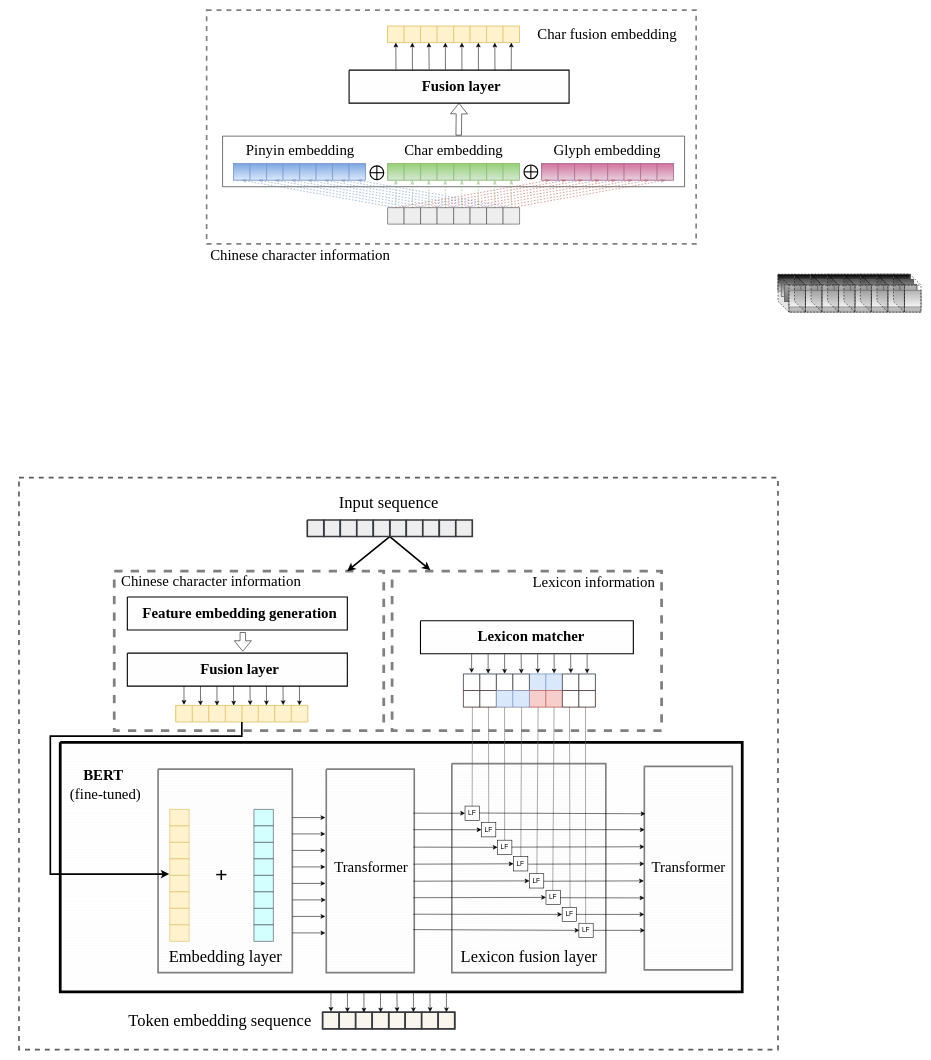
Earlier version of the draw.io diagram page "第 1 页" (1 of 4) of SCLert_model.drawio (JJackMoO/Jackert_draw). Source tidied: cells renumbered, new cells numbered last; positions are measured from the earlier drawing's top-left corner, leaving out a move shared by most shapes. Both pictures are drawn from the tidied source at 55%, with x=0, y=0 at pixel (19, 10).
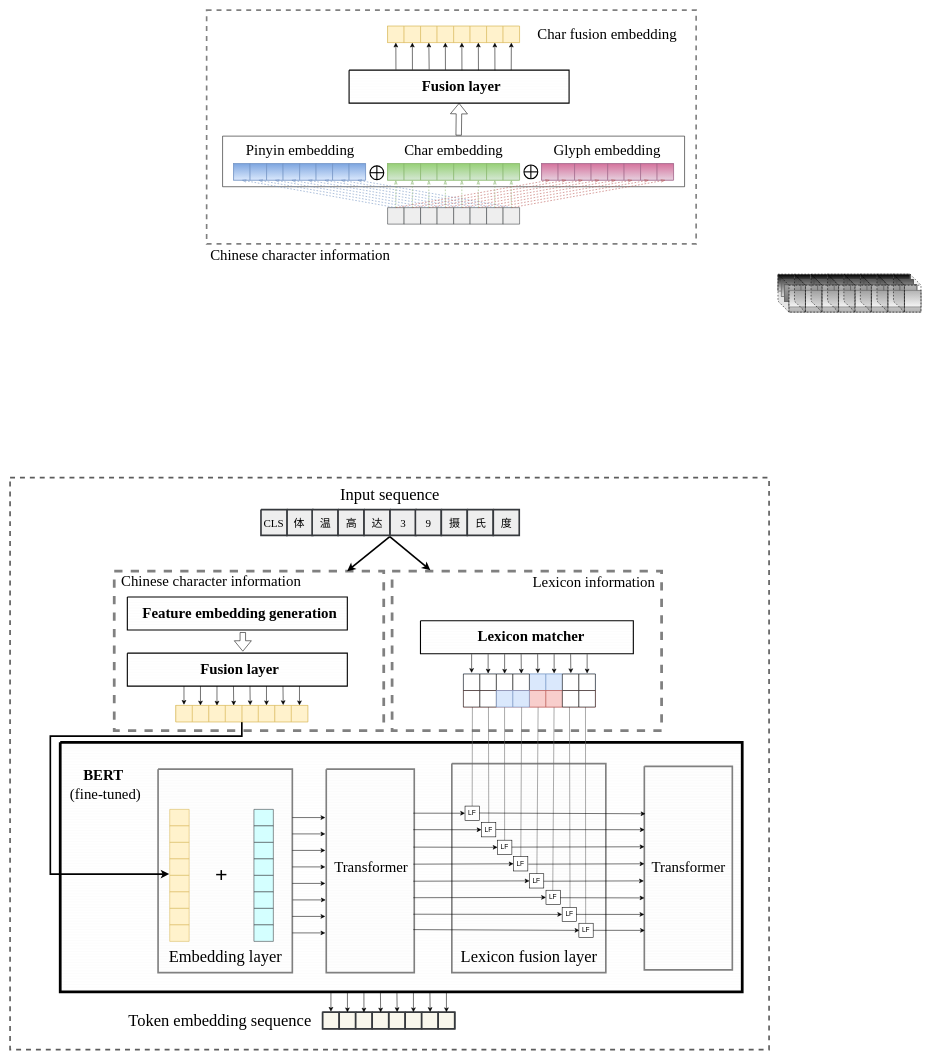
After the change.

The change refers to these unchanged cells:
```xml
<mxCell id="3" style="verticalLabelPosition=bottom;verticalAlign=top;html=1;shape=mxgraph.basic.rect;fillColor2=none;strokeWidth=5;size=20;indent=5;shadow=0;sketch=0;fillStyle=auto;fontFamily=Times New Roman;fontSize=27;fillColor=none;gradientDirection=north;dashed=1;fontColor=#333333;strokeColor=#808080;" parent="1" vertex="1">
  <mxGeometry x="173.2" y="1020" width="490" height="290" as="geometry" />
</mxCell>
<mxCell id="7" style="verticalLabelPosition=bottom;verticalAlign=top;html=1;shape=mxgraph.basic.rect;fillColor2=none;strokeWidth=5;size=20;indent=5;shadow=0;sketch=0;fillStyle=auto;fontFamily=Times New Roman;fontSize=27;fillColor=none;gradientDirection=north;dashed=1;fontColor=#333333;strokeColor=#808080;" parent="1" vertex="1">
  <mxGeometry x="678.4" y="1020" width="490" height="290" as="geometry" />
</mxCell>
<mxCell id="417" style="group;fillColor=#fff2cc;strokeColor=#d6b656;" parent="1" vertex="1">
  <mxGeometry x="285.2" y="1264" width="240" height="30" as="geometry" />
</mxCell>
```

Change to the diagram source:
```diff
@@
     <mxCell id="2" style="rounded=0;whiteSpace=wrap;html=1;fontSize=30;strokeColor=#5C5C5C;strokeWidth=3;fillColor=none;dashed=1;" parent="1" vertex="1">
-      <mxGeometry y="850" width="1380" height="1040" as="geometry" />
+      <mxGeometry x="-16.2" y="850" width="1380" height="1040" as="geometry" />
     </mxCell>
@@
     <mxCell id="43" value="&lt;font style=&quot;font-size: 30px;&quot;&gt;Input sequence&lt;/font&gt;" style="text;html=1;align=center;verticalAlign=middle;fillColor=none;strokeColor=none;rounded=0;shadow=0;sketch=0;fillStyle=auto;fontFamily=Times New Roman;fontSize=27;" parent="1" vertex="1">
-      <mxGeometry x="572.2" y="874" width="200" height="40" as="geometry" />
+      <mxGeometry x="573.8" y="860" width="200" height="40" as="geometry" />
     </mxCell>
@@
-    <mxCell id="418" style="verticalLabelPosition=bottom;verticalAlign=top;html=1;shape=mxgraph.basic.patternFillRect;fillStyle=auto;step=5;fillStrokeWidth=0.2;fillStrokeColor=#dddddd;gradientDirection=north;strokeColor=#d6b656;shadow=0;sketch=0;fillColor=#fff2cc;" parent="417" vertex="1">
-      <mxGeometry width="30" height="30" as="geometry" />
-    </mxCell>
-    <mxCell id="419" style="verticalLabelPosition=bottom;verticalAlign=top;html=1;shape=mxgraph.basic.patternFillRect;fillStyle=auto;step=5;fillStrokeWidth=0.2;fillStrokeColor=#dddddd;gradientDirection=north;strokeColor=#d6b656;shadow=0;sketch=0;fillColor=#fff2cc;" parent="417" vertex="1">
-      <mxGeometry x="120" width="30" height="30" as="geometry" />
-    </mxCell>
-    <mxCell id="420" style="verticalLabelPosition=bottom;verticalAlign=top;html=1;shape=mxgraph.basic.patternFillRect;fillStyle=auto;step=5;fillStrokeWidth=0.2;fillStrokeColor=#dddddd;gradientDirection=north;strokeColor=#d6b656;shadow=0;sketch=0;fillColor=#fff2cc;" parent="417" vertex="1">
-      <mxGeometry x="30" width="30" height="30" as="geometry" />
-    </mxCell>
-    <mxCell id="421" style="verticalLabelPosition=bottom;verticalAlign=top;html=1;shape=mxgraph.basic.patternFillRect;fillStyle=auto;step=5;fillStrokeWidth=0.2;fillStrokeColor=#dddddd;gradientDirection=north;strokeColor=#d6b656;shadow=0;sketch=0;fillColor=#fff2cc;" parent="417" vertex="1">
-      <mxGeometry x="150" width="30" height="30" as="geometry" />
-    </mxCell>
-    <mxCell id="422" style="verticalLabelPosition=bottom;verticalAlign=top;html=1;shape=mxgraph.basic.patternFillRect;fillStyle=auto;step=5;fillStrokeWidth=0.2;fillStrokeColor=#dddddd;gradientDirection=north;strokeColor=#d6b656;shadow=0;sketch=0;fillColor=#fff2cc;" parent="417" vertex="1">
-      <mxGeometry x="60" width="30" height="30" as="geometry" />
-    </mxCell>
-    <mxCell id="423" style="verticalLabelPosition=bottom;verticalAlign=top;html=1;shape=mxgraph.basic.patternFillRect;fillStyle=auto;step=5;fillStrokeWidth=0.2;fillStrokeColor=#dddddd;gradientDirection=north;strokeColor=#d6b656;shadow=0;sketch=0;fillColor=#fff2cc;" parent="417" vertex="1">
-      <mxGeometry x="180" width="30" height="30" as="geometry" />
-    </mxCell>
-    <mxCell id="424" style="verticalLabelPosition=bottom;verticalAlign=top;html=1;shape=mxgraph.basic.patternFillRect;fillStyle=auto;step=5;fillStrokeWidth=0.2;fillStrokeColor=#dddddd;gradientDirection=north;strokeColor=#d6b656;shadow=0;sketch=0;fillColor=#fff2cc;" parent="417" vertex="1">
-      <mxGeometry x="90" width="30" height="30" as="geometry" />
-    </mxCell>
-    <mxCell id="425" style="verticalLabelPosition=bottom;verticalAlign=top;html=1;shape=mxgraph.basic.patternFillRect;fillStyle=auto;step=5;fillStrokeWidth=0.2;fillStrokeColor=#dddddd;gradientDirection=north;strokeColor=#d6b656;shadow=0;sketch=0;fillColor=#fff2cc;" parent="417" vertex="1">
-      <mxGeometry x="210" width="30" height="30" as="geometry" />
-    </mxCell>
@@
-    <mxCell id="435" style="endArrow=classic;html=1;rounded=0;fontSize=30;elbow=vertical;exitX=1;exitY=1;exitDx=0;exitDy=0;exitPerimeter=0;entryX=0.142;entryY=-0.006;entryDx=0;entryDy=0;entryPerimeter=0;strokeWidth=3;" parent="1" edge="1" source="461" target="7">
-      <mxGeometry relative="1" as="geometry" />
+    <mxCell id="435" style="endArrow=classic;html=1;rounded=0;fontSize=30;elbow=vertical;exitX=1;exitY=1;exitDx=0;exitDy=0;exitPerimeter=0;entryX=0.142;entryY=-0.006;entryDx=0;entryDy=0;entryPerimeter=0;strokeWidth=3;" parent="1" edge="1" target="7">
+      <mxGeometry relative="1" as="geometry">
+        <mxPoint x="674.2" y="957" as="sourcePoint" />
+      </mxGeometry>
     </mxCell>
-    <mxCell id="436" style="endArrow=classic;html=1;rounded=0;fontSize=30;elbow=vertical;exitX=1;exitY=1;exitDx=0;exitDy=0;exitPerimeter=0;strokeWidth=3;" parent="1" edge="1" source="461" target="3">
-      <mxGeometry relative="1" as="geometry" />
+    <mxCell id="436" style="endArrow=classic;html=1;rounded=0;fontSize=30;elbow=vertical;exitX=1;exitY=1;exitDx=0;exitDy=0;exitPerimeter=0;strokeWidth=3;" parent="1" edge="1" target="3">
+      <mxGeometry relative="1" as="geometry">
+        <mxPoint x="674.2" y="957" as="sourcePoint" />
+      </mxGeometry>
     </mxCell>
@@
-    <mxCell id="455" style="verticalLabelPosition=bottom;verticalAlign=top;html=1;shape=mxgraph.basic.patternFillRect;fillStyle=auto;step=5;fillStrokeWidth=0.2;fillStrokeColor=#dddddd;gradientDirection=north;strokeColor=#36393d;shadow=0;sketch=0;fillColor=#eeeeee;strokeWidth=3;" parent="1" vertex="1">
-      <mxGeometry x="554.2" y="927" width="30" height="30" as="geometry" />
-    </mxCell>
-    <mxCell id="456" style="verticalLabelPosition=bottom;verticalAlign=top;html=1;shape=mxgraph.basic.patternFillRect;fillStyle=auto;step=5;fillStrokeWidth=0.2;fillStrokeColor=#dddddd;gradientDirection=north;strokeColor=#36393d;shadow=0;sketch=0;fillColor=#eeeeee;strokeWidth=3;" parent="1" vertex="1">
-      <mxGeometry x="674.2" y="927" width="30" height="30" as="geometry" />
-    </mxCell>
-    <mxCell id="457" style="verticalLabelPosition=bottom;verticalAlign=top;html=1;shape=mxgraph.basic.patternFillRect;fillStyle=auto;step=5;fillStrokeWidth=0.2;fillStrokeColor=#dddddd;gradientDirection=north;strokeColor=#36393d;shadow=0;sketch=0;fillColor=#eeeeee;strokeWidth=3;" parent="1" vertex="1">
-      <mxGeometry x="584.2" y="927" width="30" height="30" as="geometry" />
-    </mxCell>
-    <mxCell id="458" style="verticalLabelPosition=bottom;verticalAlign=top;html=1;shape=mxgraph.basic.patternFillRect;fillStyle=auto;step=5;fillStrokeWidth=0.2;fillStrokeColor=#dddddd;gradientDirection=north;strokeColor=#36393d;shadow=0;sketch=0;fillColor=#eeeeee;strokeWidth=3;" parent="1" vertex="1">
-      <mxGeometry x="704.2" y="927" width="30" height="30" as="geometry" />
-    </mxCell>
-    <mxCell id="459" style="verticalLabelPosition=bottom;verticalAlign=top;html=1;shape=mxgraph.basic.patternFillRect;fillStyle=auto;step=5;fillStrokeWidth=0.2;fillStrokeColor=#dddddd;gradientDirection=north;strokeColor=#36393d;shadow=0;sketch=0;fillColor=#eeeeee;strokeWidth=3;" parent="1" vertex="1">
-      <mxGeometry x="614.2" y="927" width="30" height="30" as="geometry" />
-    </mxCell>
-    <mxCell id="460" style="verticalLabelPosition=bottom;verticalAlign=top;html=1;shape=mxgraph.basic.patternFillRect;fillStyle=auto;step=5;fillStrokeWidth=0.2;fillStrokeColor=#dddddd;gradientDirection=north;strokeColor=#36393d;shadow=0;sketch=0;fillColor=#eeeeee;strokeWidth=3;" parent="1" vertex="1">
-      <mxGeometry x="734.2" y="927" width="30" height="30" as="geometry" />
-    </mxCell>
-    <mxCell id="461" style="verticalLabelPosition=bottom;verticalAlign=top;html=1;shape=mxgraph.basic.patternFillRect;fillStyle=auto;step=5;fillStrokeWidth=0.2;fillStrokeColor=#dddddd;gradientDirection=north;strokeColor=#36393d;shadow=0;sketch=0;fillColor=#eeeeee;strokeWidth=3;" parent="1" vertex="1">
-      <mxGeometry x="644.2" y="927" width="30" height="30" as="geometry" />
-    </mxCell>
-    <mxCell id="462" style="verticalLabelPosition=bottom;verticalAlign=top;html=1;shape=mxgraph.basic.patternFillRect;fillStyle=auto;step=5;fillStrokeWidth=0.2;fillStrokeColor=#dddddd;gradientDirection=north;strokeColor=#36393d;shadow=0;sketch=0;fillColor=#eeeeee;strokeWidth=3;" parent="1" vertex="1">
-      <mxGeometry x="764.2" y="927" width="30" height="30" as="geometry" />
-    </mxCell>
-    <mxCell id="463" style="verticalLabelPosition=bottom;verticalAlign=top;html=1;shape=mxgraph.basic.patternFillRect;fillStyle=auto;step=5;fillStrokeWidth=0.2;fillStrokeColor=#dddddd;gradientDirection=north;strokeColor=#36393d;shadow=0;sketch=0;fillColor=#eeeeee;strokeWidth=3;" parent="1" vertex="1">
-      <mxGeometry x="524.2" y="927" width="30" height="30" as="geometry" />
-    </mxCell>
-    <mxCell id="464" style="verticalLabelPosition=bottom;verticalAlign=top;html=1;shape=mxgraph.basic.patternFillRect;fillStyle=auto;step=5;fillStrokeWidth=0.2;fillStrokeColor=#dddddd;gradientDirection=north;strokeColor=#36393d;shadow=0;sketch=0;fillColor=#eeeeee;strokeWidth=3;" parent="1" vertex="1">
-      <mxGeometry x="794.2" y="927" width="30" height="30" as="geometry" />
-    </mxCell>
+    <mxCell id="418" style="verticalLabelPosition=bottom;verticalAlign=top;html=1;shape=mxgraph.basic.patternFillRect;fillStyle=auto;step=5;fillStrokeWidth=0.2;fillStrokeColor=#dddddd;gradientDirection=north;strokeColor=#d6b656;shadow=0;sketch=0;fillColor=#fff2cc;" parent="1" vertex="1">
+      <mxGeometry x="285.2" y="1264" width="30" height="30" as="geometry" />
+    </mxCell>
+    <mxCell id="419" style="verticalLabelPosition=bottom;verticalAlign=top;html=1;shape=mxgraph.basic.patternFillRect;fillStyle=auto;step=5;fillStrokeWidth=0.2;fillStrokeColor=#dddddd;gradientDirection=north;strokeColor=#d6b656;shadow=0;sketch=0;fillColor=#fff2cc;" parent="1" vertex="1">
+      <mxGeometry x="405.2" y="1264" width="30" height="30" as="geometry" />
+    </mxCell>
+    <mxCell id="420" style="verticalLabelPosition=bottom;verticalAlign=top;html=1;shape=mxgraph.basic.patternFillRect;fillStyle=auto;step=5;fillStrokeWidth=0.2;fillStrokeColor=#dddddd;gradientDirection=north;strokeColor=#d6b656;shadow=0;sketch=0;fillColor=#fff2cc;" parent="1" vertex="1">
+      <mxGeometry x="315.2" y="1264" width="30" height="30" as="geometry" />
+    </mxCell>
+    <mxCell id="421" style="verticalLabelPosition=bottom;verticalAlign=top;html=1;shape=mxgraph.basic.patternFillRect;fillStyle=auto;step=5;fillStrokeWidth=0.2;fillStrokeColor=#dddddd;gradientDirection=north;strokeColor=#d6b656;shadow=0;sketch=0;fillColor=#fff2cc;" parent="1" vertex="1">
+      <mxGeometry x="435.2" y="1264" width="30" height="30" as="geometry" />
+    </mxCell>
+    <mxCell id="422" style="verticalLabelPosition=bottom;verticalAlign=top;html=1;shape=mxgraph.basic.patternFillRect;fillStyle=auto;step=5;fillStrokeWidth=0.2;fillStrokeColor=#dddddd;gradientDirection=north;strokeColor=#d6b656;shadow=0;sketch=0;fillColor=#fff2cc;" parent="1" vertex="1">
+      <mxGeometry x="345.2" y="1264" width="30" height="30" as="geometry" />
+    </mxCell>
+    <mxCell id="423" style="verticalLabelPosition=bottom;verticalAlign=top;html=1;shape=mxgraph.basic.patternFillRect;fillStyle=auto;step=5;fillStrokeWidth=0.2;fillStrokeColor=#dddddd;gradientDirection=north;strokeColor=#d6b656;shadow=0;sketch=0;fillColor=#fff2cc;" parent="1" vertex="1">
+      <mxGeometry x="465.2" y="1264" width="30" height="30" as="geometry" />
+    </mxCell>
+    <mxCell id="424" style="verticalLabelPosition=bottom;verticalAlign=top;html=1;shape=mxgraph.basic.patternFillRect;fillStyle=auto;step=5;fillStrokeWidth=0.2;fillStrokeColor=#dddddd;gradientDirection=north;strokeColor=#d6b656;shadow=0;sketch=0;fillColor=#fff2cc;" parent="1" vertex="1">
+      <mxGeometry x="375.2" y="1264" width="30" height="30" as="geometry" />
+    </mxCell>
+    <mxCell id="425" style="verticalLabelPosition=bottom;verticalAlign=top;html=1;shape=mxgraph.basic.patternFillRect;fillStyle=auto;step=5;fillStrokeWidth=0.2;fillStrokeColor=#dddddd;gradientDirection=north;strokeColor=#d6b656;shadow=0;sketch=0;fillColor=#fff2cc;" parent="1" vertex="1">
+      <mxGeometry x="495.2" y="1264" width="30" height="30" as="geometry" />
+    </mxCell>
+    <mxCell id="465" style="group;" parent="1" vertex="1">
+      <mxGeometry x="438" y="908" width="471.6" height="47" as="geometry" />
+    </mxCell>
+    <mxCell id="466" style="verticalLabelPosition=bottom;verticalAlign=top;html=1;shape=mxgraph.basic.patternFillRect;fillStyle=auto;step=5;fillStrokeWidth=0.2;fillStrokeColor=#dddddd;gradientDirection=north;strokeColor=#36393d;shadow=0;sketch=0;fillColor=#eeeeee;strokeWidth=3;" parent="465" vertex="1">
+      <mxGeometry x="49" width="47.2" height="47" as="geometry" />
+    </mxCell>
+    <mxCell id="467" style="verticalLabelPosition=bottom;verticalAlign=top;html=1;shape=mxgraph.basic.patternFillRect;fillStyle=auto;step=5;fillStrokeWidth=0.2;fillStrokeColor=#dddddd;gradientDirection=north;strokeColor=#36393d;shadow=0;sketch=0;fillColor=#eeeeee;strokeWidth=3;" parent="465" vertex="1">
+      <mxGeometry x="95" width="47.2" height="47" as="geometry" />
+    </mxCell>
+    <mxCell id="468" style="verticalLabelPosition=bottom;verticalAlign=top;html=1;shape=mxgraph.basic.patternFillRect;fillStyle=auto;step=5;fillStrokeWidth=0.2;fillStrokeColor=#dddddd;gradientDirection=north;strokeColor=#36393d;shadow=0;sketch=0;fillColor=#eeeeee;strokeWidth=3;" parent="465" vertex="1">
+      <mxGeometry x="142.2" width="47.2" height="47" as="geometry" />
+    </mxCell>
+    <mxCell id="469" style="verticalLabelPosition=bottom;verticalAlign=top;html=1;shape=mxgraph.basic.patternFillRect;fillStyle=auto;step=5;fillStrokeWidth=0.2;fillStrokeColor=#dddddd;gradientDirection=north;strokeColor=#36393d;shadow=0;sketch=0;fillColor=#eeeeee;strokeWidth=3;" parent="465" vertex="1">
+      <mxGeometry x="189.4" width="47.2" height="47" as="geometry" />
+    </mxCell>
+    <mxCell id="470" style="verticalLabelPosition=bottom;verticalAlign=top;html=1;shape=mxgraph.basic.patternFillRect;fillStyle=auto;step=5;fillStrokeWidth=0.2;fillStrokeColor=#dddddd;gradientDirection=north;strokeColor=#36393d;shadow=0;sketch=0;fillColor=#eeeeee;strokeWidth=3;" parent="465" vertex="1">
+      <mxGeometry x="236.7" width="47.2" height="47" as="geometry" />
+    </mxCell>
+    <mxCell id="471" style="verticalLabelPosition=bottom;verticalAlign=top;html=1;shape=mxgraph.basic.patternFillRect;fillStyle=auto;step=5;fillStrokeWidth=0.2;fillStrokeColor=#dddddd;gradientDirection=north;strokeColor=#36393d;shadow=0;sketch=0;fillColor=#eeeeee;strokeWidth=3;" parent="465" vertex="1">
+      <mxGeometry x="282.7" width="47.2" height="47" as="geometry" />
+    </mxCell>
+    <mxCell id="472" style="verticalLabelPosition=bottom;verticalAlign=top;html=1;shape=mxgraph.basic.patternFillRect;fillStyle=auto;step=5;fillStrokeWidth=0.2;fillStrokeColor=#dddddd;gradientDirection=north;strokeColor=#36393d;shadow=0;sketch=0;fillColor=#eeeeee;strokeWidth=3;" parent="465" vertex="1">
+      <mxGeometry x="329.9" width="47.2" height="47" as="geometry" />
+    </mxCell>
+    <mxCell id="473" style="verticalLabelPosition=bottom;verticalAlign=top;html=1;shape=mxgraph.basic.patternFillRect;fillStyle=auto;step=5;fillStrokeWidth=0.2;fillStrokeColor=#dddddd;gradientDirection=north;strokeColor=#36393d;shadow=0;sketch=0;fillColor=#eeeeee;strokeWidth=3;" parent="465" vertex="1">
+      <mxGeometry x="377.1" width="47.2" height="47" as="geometry" />
+    </mxCell>
+    <mxCell id="474" style="verticalLabelPosition=bottom;verticalAlign=top;html=1;shape=mxgraph.basic.patternFillRect;fillStyle=auto;step=5;fillStrokeWidth=0.2;fillStrokeColor=#dddddd;gradientDirection=north;strokeColor=#36393d;shadow=0;sketch=0;fillColor=#eeeeee;strokeWidth=3;" parent="465" vertex="1">
+      <mxGeometry x="424.4" width="47.2" height="47" as="geometry" />
+    </mxCell>
+    <mxCell id="475" style="verticalLabelPosition=bottom;verticalAlign=top;html=1;shape=mxgraph.basic.patternFillRect;fillStyle=auto;step=5;fillStrokeWidth=0.2;fillStrokeColor=#dddddd;gradientDirection=north;strokeColor=#36393d;shadow=0;sketch=0;fillColor=#eeeeee;strokeWidth=3;" parent="465" vertex="1">
+      <mxGeometry x="2" width="47.2" height="47" as="geometry" />
+    </mxCell>
+    <mxCell id="476" value="&lt;font style=&quot;font-size: 20px;&quot;&gt;CLS&lt;/font&gt;" style="text;html=1;align=center;verticalAlign=middle;fillColor=none;strokeColor=none;rounded=0;dashed=1;fontFamily=Times New Roman;fontSize=11;" parent="465" vertex="1">
+      <mxGeometry y="13.5" width="50" height="20" as="geometry" />
+    </mxCell>
+    <mxCell id="477" value="&lt;font style=&quot;font-size: 20px;&quot;&gt;体&lt;/font&gt;" style="text;html=1;align=center;verticalAlign=middle;fillColor=none;strokeColor=none;rounded=0;dashed=1;fontFamily=Times New Roman;fontSize=11;" parent="465" vertex="1">
+      <mxGeometry x="50.7" y="13.5" width="40" height="20" as="geometry" />
+    </mxCell>
+    <mxCell id="478" value="&lt;font style=&quot;font-size: 20px;&quot;&gt;温&lt;/font&gt;" style="text;html=1;align=center;verticalAlign=middle;fillColor=none;strokeColor=none;rounded=0;dashed=1;fontFamily=Times New Roman;fontSize=11;" parent="465" vertex="1">
+      <mxGeometry x="98.6" y="13.5" width="40" height="20" as="geometry" />
+    </mxCell>
+    <mxCell id="479" value="&lt;font style=&quot;font-size: 20px;&quot;&gt;高&lt;/font&gt;" style="text;html=1;align=center;verticalAlign=middle;fillColor=none;strokeColor=none;rounded=0;dashed=1;fontFamily=Times New Roman;fontSize=11;" parent="465" vertex="1">
+      <mxGeometry x="145.7" y="13.5" width="40" height="20" as="geometry" />
+    </mxCell>
+    <mxCell id="480" value="&lt;font style=&quot;font-size: 20px;&quot;&gt;达&lt;/font&gt;" style="text;html=1;align=center;verticalAlign=middle;fillColor=none;strokeColor=none;rounded=0;dashed=1;fontFamily=Times New Roman;fontSize=11;" parent="465" vertex="1">
+      <mxGeometry x="193.1" y="13.5" width="40" height="20" as="geometry" />
+    </mxCell>
+    <mxCell id="481" value="&lt;font style=&quot;font-size: 20px;&quot;&gt;3&lt;/font&gt;" style="text;html=1;align=center;verticalAlign=middle;fillColor=none;strokeColor=none;rounded=0;dashed=1;fontFamily=Times New Roman;fontSize=11;" parent="465" vertex="1">
+      <mxGeometry x="245.3" y="13.5" width="30" height="20" as="geometry" />
+    </mxCell>
+    <mxCell id="482" value="&lt;font style=&quot;font-size: 20px;&quot;&gt;9&lt;/font&gt;" style="text;html=1;align=center;verticalAlign=middle;fillColor=none;strokeColor=none;rounded=0;dashed=1;fontFamily=Times New Roman;fontSize=11;" parent="465" vertex="1">
+      <mxGeometry x="291.3" y="13.5" width="30" height="20" as="geometry" />
+    </mxCell>
+    <mxCell id="483" value="&lt;font style=&quot;font-size: 20px;&quot;&gt;摄&lt;/font&gt;" style="text;html=1;align=center;verticalAlign=middle;fillColor=none;strokeColor=none;rounded=0;dashed=1;fontFamily=Times New Roman;fontSize=11;" parent="465" vertex="1">
+      <mxGeometry x="333.5" y="13.5" width="40" height="20" as="geometry" />
+    </mxCell>
+    <mxCell id="484" value="&lt;font style=&quot;font-size: 20px;&quot;&gt;氏&lt;/font&gt;" style="text;html=1;align=center;verticalAlign=middle;fillColor=none;strokeColor=none;rounded=0;dashed=1;fontFamily=Times New Roman;fontSize=11;" parent="465" vertex="1">
+      <mxGeometry x="380.7" y="13.5" width="40" height="20" as="geometry" />
+    </mxCell>
+    <mxCell id="485" value="&lt;font style=&quot;font-size: 20px;&quot;&gt;度&lt;/font&gt;" style="text;html=1;align=center;verticalAlign=middle;fillColor=none;strokeColor=none;rounded=0;dashed=1;fontFamily=Times New Roman;fontSize=11;" parent="465" vertex="1">
+      <mxGeometry x="428" y="13.5" width="40" height="20" as="geometry" />
+    </mxCell>
```
